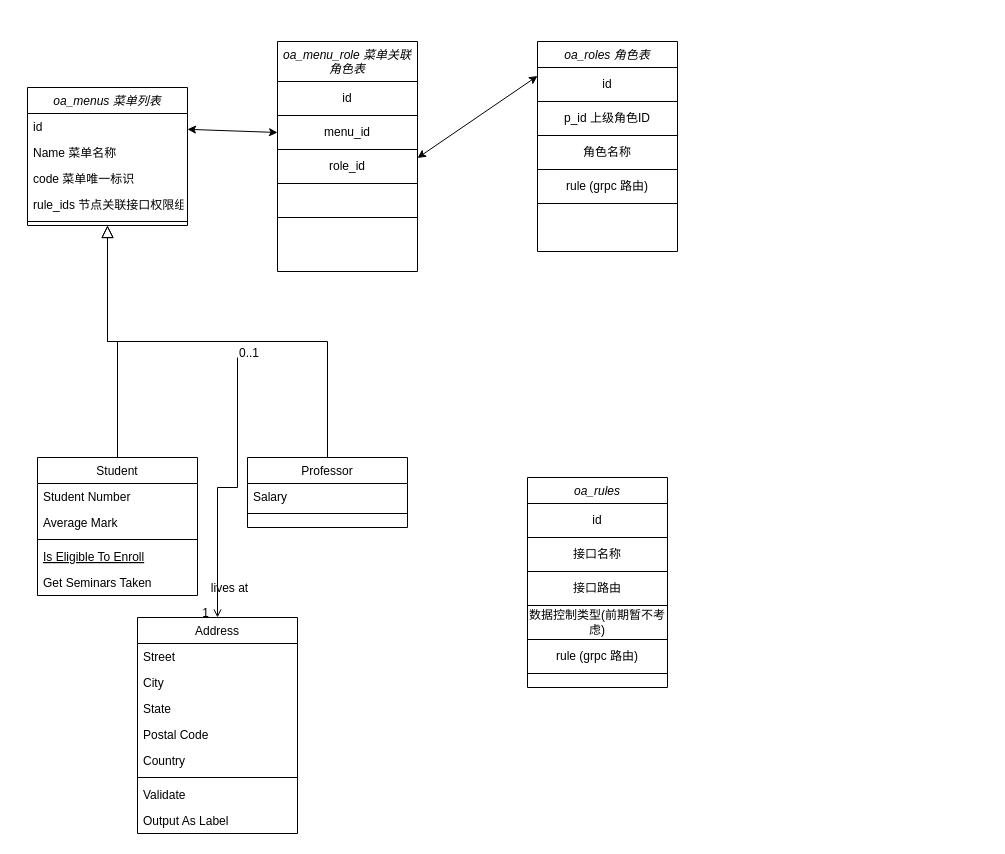
Before: app/未命名绘图.drawio in china-xs/kratos-study, a draw.io diagram. Source tidied: cells renumbered, new cells numbered last; positions are measured from the earlier drawing's top-left corner, leaving out a move shared by most shapes. Both pictures are drawn from the tidied source at 100%, with x=0, y=0 at pixel (27, 41).
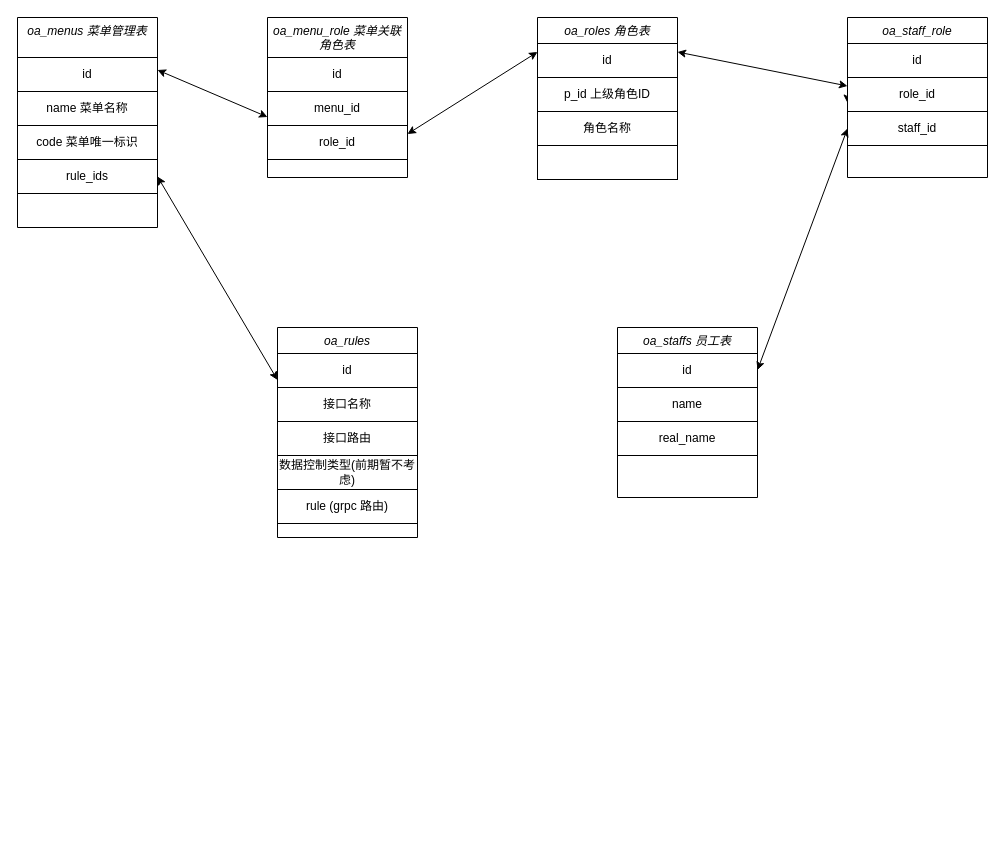
After the change.

Commit message:
更新未命名绘图.drawio

Unchanged cells that the change refers to:
```xml
<mxCell id="39" value="id" style="whiteSpace=wrap;html=1;fontColor=default;strokeColor=default;fillColor=default;" parent="38" vertex="1">
  <mxGeometry y="26" width="140" height="34" as="geometry" />
</mxCell>
<mxCell id="46" value="menu_id" style="whiteSpace=wrap;html=1;fontColor=default;strokeColor=default;fillColor=default;" parent="44" vertex="1">
  <mxGeometry y="74" width="140" height="34" as="geometry" />
</mxCell>
```

Change to the diagram source:
```diff
@@
-    <mxCell id="2" value="oa_menus 菜单列表" style="swimlane;fontStyle=2;align=center;verticalAlign=top;horizontal=1;startSize=26;rounded=0;shadow=0;strokeWidth=1;fillColor=default;strokeColor=default;fontColor=default;" parent="1" vertex="1">
-      <mxGeometry y="46" width="160" height="138" as="geometry" />
-    </mxCell>
-    <mxCell id="3" value="id" style="text;align=left;verticalAlign=top;spacingLeft=4;spacingRight=4;overflow=hidden;points=[[0,0.5],[1,0.5]];portConstraint=eastwest;fontColor=default;" parent="2" vertex="1">
-      <mxGeometry y="26" width="160" height="26" as="geometry" />
-    </mxCell>
-    <mxCell id="4" value="Name 菜单名称" style="text;align=left;verticalAlign=top;spacingLeft=4;spacingRight=4;overflow=hidden;fontColor=default;" parent="2" vertex="1">
-      <mxGeometry y="52" width="160" height="26" as="geometry" />
-    </mxCell>
-    <mxCell id="5" value="code 菜单唯一标识" style="text;align=left;verticalAlign=top;spacingLeft=4;spacingRight=4;overflow=hidden;rounded=0;shadow=0;html=0;fontColor=default;" parent="2" vertex="1">
-      <mxGeometry y="78" width="160" height="26" as="geometry" />
-    </mxCell>
-    <mxCell id="6" value="rule_ids 节点关联接口权限组" style="text;align=left;verticalAlign=top;spacingLeft=4;spacingRight=4;overflow=hidden;rounded=0;shadow=0;html=0;fontColor=default;" parent="2" vertex="1">
-      <mxGeometry y="104" width="160" height="26" as="geometry" />
-    </mxCell>
-    <mxCell id="7" style="line;html=1;strokeWidth=1;align=left;verticalAlign=middle;spacingTop=-1;spacingLeft=3;spacingRight=3;labelPosition=right;" parent="2" vertex="1">
-      <mxGeometry y="130" width="160" height="8" as="geometry" />
-    </mxCell>
-    <mxCell id="8" value="Student" style="swimlane;fontStyle=0;align=center;verticalAlign=top;horizontal=1;startSize=26;rounded=0;shadow=0;strokeWidth=1;" parent="1" vertex="1">
-      <mxGeometry x="10" y="416" width="160" height="138" as="geometry" />
-    </mxCell>
-    <mxCell id="9" value="Student Number" style="text;align=left;verticalAlign=top;spacingLeft=4;spacingRight=4;overflow=hidden;" parent="8" vertex="1">
-      <mxGeometry y="26" width="160" height="26" as="geometry" />
-    </mxCell>
-    <mxCell id="10" value="Average Mark" style="text;align=left;verticalAlign=top;spacingLeft=4;spacingRight=4;overflow=hidden;rounded=0;shadow=0;html=0;" parent="8" vertex="1">
-      <mxGeometry y="52" width="160" height="26" as="geometry" />
-    </mxCell>
-    <mxCell id="11" style="line;html=1;strokeWidth=1;align=left;verticalAlign=middle;spacingTop=-1;spacingLeft=3;spacingRight=3;labelPosition=right;" parent="8" vertex="1">
-      <mxGeometry y="78" width="160" height="8" as="geometry" />
-    </mxCell>
-    <mxCell id="12" value="Is Eligible To Enroll" style="text;align=left;verticalAlign=top;spacingLeft=4;spacingRight=4;overflow=hidden;fontStyle=4;" parent="8" vertex="1">
-      <mxGeometry y="86" width="160" height="26" as="geometry" />
-    </mxCell>
-    <mxCell id="13" value="Get Seminars Taken" style="text;align=left;verticalAlign=top;spacingLeft=4;spacingRight=4;overflow=hidden;" parent="8" vertex="1">
-      <mxGeometry y="112" width="160" height="26" as="geometry" />
-    </mxCell>
-    <mxCell id="14" style="endArrow=block;endSize=10;endFill=0;shadow=0;strokeWidth=1;rounded=0;edgeStyle=elbowEdgeStyle;elbow=vertical;" parent="1" edge="1" source="8" target="2">
-      <mxGeometry relative="1" as="geometry" />
-    </mxCell>
-    <mxCell id="15" value="Professor" style="swimlane;fontStyle=0;align=center;verticalAlign=top;horizontal=1;startSize=26;rounded=0;shadow=0;strokeWidth=1;" parent="1" vertex="1">
-      <mxGeometry x="220" y="416" width="160" height="70" as="geometry" />
-    </mxCell>
-    <mxCell id="16" value="Salary" style="text;align=left;verticalAlign=top;spacingLeft=4;spacingRight=4;overflow=hidden;" parent="15" vertex="1">
-      <mxGeometry y="26" width="160" height="26" as="geometry" />
-    </mxCell>
-    <mxCell id="17" style="line;html=1;strokeWidth=1;align=left;verticalAlign=middle;spacingTop=-1;spacingLeft=3;spacingRight=3;labelPosition=right;" parent="15" vertex="1">
-      <mxGeometry y="52" width="160" height="8" as="geometry" />
-    </mxCell>
-    <mxCell id="18" style="endArrow=block;endSize=10;endFill=0;shadow=0;strokeWidth=1;rounded=0;edgeStyle=elbowEdgeStyle;elbow=vertical;" parent="1" edge="1" source="15" target="2">
-      <mxGeometry relative="1" as="geometry" />
-    </mxCell>
-    <mxCell id="19" value="Address" style="swimlane;fontStyle=0;align=center;verticalAlign=top;horizontal=1;startSize=26;rounded=0;shadow=0;strokeWidth=1;fillColor=default;strokeColor=default;fontColor=default;" parent="1" vertex="1">
-      <mxGeometry x="110" y="576" width="160" height="216" as="geometry" />
-    </mxCell>
-    <mxCell id="20" value="Street" style="text;align=left;verticalAlign=top;spacingLeft=4;spacingRight=4;overflow=hidden;" parent="19" vertex="1">
-      <mxGeometry y="26" width="160" height="26" as="geometry" />
-    </mxCell>
-    <mxCell id="21" value="City" style="text;align=left;verticalAlign=top;spacingLeft=4;spacingRight=4;overflow=hidden;rounded=0;shadow=0;html=0;" parent="19" vertex="1">
-      <mxGeometry y="52" width="160" height="26" as="geometry" />
-    </mxCell>
-    <mxCell id="22" value="State" style="text;align=left;verticalAlign=top;spacingLeft=4;spacingRight=4;overflow=hidden;rounded=0;shadow=0;html=0;" parent="19" vertex="1">
-      <mxGeometry y="78" width="160" height="26" as="geometry" />
-    </mxCell>
-    <mxCell id="23" value="Postal Code" style="text;align=left;verticalAlign=top;spacingLeft=4;spacingRight=4;overflow=hidden;rounded=0;shadow=0;html=0;" parent="19" vertex="1">
-      <mxGeometry y="104" width="160" height="26" as="geometry" />
-    </mxCell>
-    <mxCell id="24" value="Country" style="text;align=left;verticalAlign=top;spacingLeft=4;spacingRight=4;overflow=hidden;rounded=0;shadow=0;html=0;" parent="19" vertex="1">
-      <mxGeometry y="130" width="160" height="26" as="geometry" />
-    </mxCell>
-    <mxCell id="25" style="line;html=1;strokeWidth=1;align=left;verticalAlign=middle;spacingTop=-1;spacingLeft=3;spacingRight=3;labelPosition=right;" parent="19" vertex="1">
-      <mxGeometry y="156" width="160" height="8" as="geometry" />
-    </mxCell>
-    <mxCell id="26" value="Validate" style="text;align=left;verticalAlign=top;spacingLeft=4;spacingRight=4;overflow=hidden;" parent="19" vertex="1">
-      <mxGeometry y="164" width="160" height="26" as="geometry" />
-    </mxCell>
-    <mxCell id="27" value="Output As Label" style="text;align=left;verticalAlign=top;spacingLeft=4;spacingRight=4;overflow=hidden;" parent="19" vertex="1">
-      <mxGeometry y="190" width="160" height="26" as="geometry" />
-    </mxCell>
-    <mxCell id="28" style="endArrow=open;shadow=0;strokeWidth=1;rounded=0;endFill=1;edgeStyle=elbowEdgeStyle;elbow=vertical;strokeColor=default;labelBackgroundColor=default;fontColor=default;" parent="1" edge="1" target="19">
-      <mxGeometry x="0.5" y="41" relative="1" as="geometry">
-        <mxPoint x="210" y="316" as="sourcePoint" />
-        <mxPoint x="-40" y="32" as="offset" />
-      </mxGeometry>
-    </mxCell>
-    <mxCell id="29" value="0..1" style="align=left;verticalAlign=bottom;labelBackgroundColor=none;fontSize=12;" parent="28" vertex="1">
-      <mxGeometry x="-1" relative="1" as="geometry">
-        <mxPoint y="4" as="offset" />
-      </mxGeometry>
-    </mxCell>
-    <mxCell id="30" value="1" style="align=right;verticalAlign=bottom;labelBackgroundColor=none;fontSize=12;" parent="28" vertex="1">
-      <mxGeometry x="1" relative="1" as="geometry">
-        <mxPoint x="-7" y="4" as="offset" />
-      </mxGeometry>
-    </mxCell>
-    <mxCell id="31" value="lives at" style="text;html=1;align=center;verticalAlign=middle;labelBackgroundColor=none;rounded=0;shadow=0;strokeWidth=1;fontSize=12;" parent="28" vertex="1">
-      <mxGeometry x="0.5" y="49" relative="1" as="geometry">
-        <mxPoint x="-38" y="40" as="offset" />
-      </mxGeometry>
-    </mxCell>
     <mxCell id="32" value="oa_rules" style="swimlane;fontStyle=2;align=center;verticalAlign=top;horizontal=1;startSize=26;rounded=0;shadow=0;strokeWidth=1;fillColor=default;strokeColor=default;fontColor=default;" parent="1" vertex="1">
-      <mxGeometry x="500" y="436" width="140" height="210" as="geometry" />
+      <mxGeometry x="250" y="286" width="140" height="210" as="geometry" />
     </mxCell>
@@
     <mxCell id="38" value="oa_roles 角色表" style="swimlane;fontStyle=2;align=center;verticalAlign=top;horizontal=1;startSize=26;rounded=0;shadow=0;strokeWidth=1;fillColor=default;strokeColor=default;fontColor=default;" parent="1" vertex="1">
-      <mxGeometry x="510" width="140" height="210" as="geometry" />
+      <mxGeometry x="510" y="-24" width="140" height="162" as="geometry" />
     </mxCell>
@@
-    <mxCell id="42" value="rule (grpc 路由)" style="whiteSpace=wrap;html=1;fontColor=default;strokeColor=default;fillColor=default;" parent="38" vertex="1">
+    <mxCell id="42" style="whiteSpace=wrap;html=1;fontColor=default;strokeColor=default;fillColor=default;" parent="38" vertex="1">
       <mxGeometry y="128" width="140" height="34" as="geometry" />
     </mxCell>
@@
     <mxCell id="44" value="oa_menu_role 菜单关联角色表" style="swimlane;fontStyle=2;align=center;verticalAlign=top;horizontal=1;startSize=40;rounded=0;shadow=0;strokeWidth=1;fillColor=default;strokeColor=default;fontColor=default;whiteSpace=wrap;" parent="1" vertex="1">
-      <mxGeometry x="250" width="140" height="230" as="geometry" />
+      <mxGeometry x="240" y="-24" width="140" height="160" as="geometry" />
     </mxCell>
@@
-    <mxCell id="48" style="whiteSpace=wrap;html=1;fontColor=default;strokeColor=default;fillColor=default;" parent="44" vertex="1">
-      <mxGeometry y="142" width="140" height="34" as="geometry" />
-    </mxCell>
-    <mxCell id="49" style="endArrow=classic;startArrow=classic;html=1;rounded=0;labelBackgroundColor=default;fontColor=default;strokeColor=default;verticalAlign=bottom;exitX=0;exitY=0.5;exitDx=0;exitDy=0;" parent="1" edge="1" source="46" target="3">
-      <mxGeometry relative="1" as="geometry" />
-    </mxCell>
+    <mxCell id="50" value="oa_staffs 员工表" style="swimlane;fontStyle=2;align=center;verticalAlign=top;horizontal=1;startSize=26;rounded=0;shadow=0;strokeWidth=1;fillColor=default;strokeColor=default;fontColor=default;" parent="1" vertex="1">
+      <mxGeometry x="590" y="286" width="140" height="170" as="geometry" />
+    </mxCell>
+    <mxCell id="51" value="id" style="whiteSpace=wrap;html=1;fontColor=default;strokeColor=default;fillColor=default;" parent="50" vertex="1">
+      <mxGeometry y="26" width="140" height="34" as="geometry" />
+    </mxCell>
+    <mxCell id="52" value="name" style="whiteSpace=wrap;html=1;fontColor=default;strokeColor=default;fillColor=default;" parent="50" vertex="1">
+      <mxGeometry y="60" width="140" height="34" as="geometry" />
+    </mxCell>
+    <mxCell id="53" value="real_name" style="whiteSpace=wrap;html=1;fontColor=default;strokeColor=default;fillColor=default;" parent="50" vertex="1">
+      <mxGeometry y="94" width="140" height="34" as="geometry" />
+    </mxCell>
+    <mxCell id="54" value="oa_staff_role" style="swimlane;fontStyle=2;align=center;verticalAlign=top;horizontal=1;startSize=26;rounded=0;shadow=0;strokeWidth=1;fillColor=default;strokeColor=default;fontColor=default;" parent="1" vertex="1">
+      <mxGeometry x="820" y="-24" width="140" height="160" as="geometry" />
+    </mxCell>
+    <mxCell id="55" style="edgeStyle=none;rounded=0;jettySize=auto;html=1;exitX=0;exitY=0.5;exitDx=0;exitDy=0;entryX=0;entryY=0.75;entryDx=0;entryDy=0;labelBackgroundColor=default;fontColor=default;strokeColor=default;verticalAlign=bottom;" parent="54" edge="1" source="56" target="57">
+      <mxGeometry relative="1" as="geometry" />
+    </mxCell>
+    <mxCell id="56" value="id" style="whiteSpace=wrap;html=1;fontColor=default;strokeColor=default;fillColor=default;" parent="54" vertex="1">
+      <mxGeometry y="26" width="140" height="34" as="geometry" />
+    </mxCell>
+    <mxCell id="57" value="role_id" style="whiteSpace=wrap;html=1;fontColor=default;strokeColor=default;fillColor=default;" parent="54" vertex="1">
+      <mxGeometry y="60" width="140" height="34" as="geometry" />
+    </mxCell>
+    <mxCell id="58" value="staff_id" style="whiteSpace=wrap;html=1;fontColor=default;strokeColor=default;fillColor=default;" parent="54" vertex="1">
+      <mxGeometry y="94" width="140" height="34" as="geometry" />
+    </mxCell>
+    <mxCell id="59" style="endArrow=classic;startArrow=classic;html=1;rounded=0;labelBackgroundColor=default;fontColor=default;strokeColor=default;verticalAlign=bottom;entryX=0;entryY=0.5;entryDx=0;entryDy=0;exitX=1;exitY=0.25;exitDx=0;exitDy=0;" parent="1" edge="1" source="50" target="58">
+      <mxGeometry relative="1" as="geometry" />
+    </mxCell>
+    <mxCell id="60" style="endArrow=classic;startArrow=classic;html=1;rounded=0;labelBackgroundColor=default;fontColor=default;strokeColor=default;verticalAlign=bottom;entryX=0;entryY=0.25;entryDx=0;entryDy=0;exitX=1;exitY=0.25;exitDx=0;exitDy=0;" parent="1" edge="1" source="39" target="57">
+      <mxGeometry relative="1" as="geometry" />
+    </mxCell>
+    <mxCell id="61" value="oa_menus 菜单管理表" style="swimlane;fontStyle=2;align=center;verticalAlign=top;horizontal=1;startSize=40;rounded=0;shadow=0;strokeWidth=1;fillColor=default;strokeColor=default;fontColor=default;whiteSpace=wrap;" parent="1" vertex="1">
+      <mxGeometry x="-10" y="-24" width="140" height="210" as="geometry" />
+    </mxCell>
+    <mxCell id="62" value="id" style="whiteSpace=wrap;html=1;fontColor=default;strokeColor=default;fillColor=default;" parent="61" vertex="1">
+      <mxGeometry y="40" width="140" height="34" as="geometry" />
+    </mxCell>
+    <mxCell id="63" value="name 菜单名称" style="whiteSpace=wrap;html=1;fontColor=default;strokeColor=default;fillColor=default;" parent="61" vertex="1">
+      <mxGeometry y="74" width="140" height="34" as="geometry" />
+    </mxCell>
+    <mxCell id="5" value="code 菜单唯一标识" style="whiteSpace=wrap;html=1;fontColor=default;strokeColor=default;fillColor=default;" parent="61" vertex="1">
+      <mxGeometry y="108" width="140" height="34" as="geometry" />
+    </mxCell>
+    <mxCell id="64" value="rule_ids" style="whiteSpace=wrap;html=1;fontColor=default;strokeColor=default;fillColor=default;" parent="61" vertex="1">
+      <mxGeometry y="142" width="140" height="34" as="geometry" />
+    </mxCell>
+    <mxCell id="65" style="endArrow=classic;startArrow=classic;html=1;rounded=0;labelBackgroundColor=default;fontColor=default;strokeColor=default;verticalAlign=bottom;entryX=1;entryY=0.25;entryDx=0;entryDy=0;exitX=0;exitY=0.75;exitDx=0;exitDy=0;" parent="1" edge="1" source="46" target="61">
+      <mxGeometry relative="1" as="geometry" />
+    </mxCell>
+    <mxCell id="66" style="endArrow=classic;startArrow=classic;html=1;rounded=0;labelBackgroundColor=default;fontColor=default;strokeColor=default;verticalAlign=bottom;entryX=1;entryY=0.5;entryDx=0;entryDy=0;exitX=0;exitY=0.25;exitDx=0;exitDy=0;" parent="1" edge="1" source="32" target="64">
+      <mxGeometry relative="1" as="geometry" />
+    </mxCell>
```
